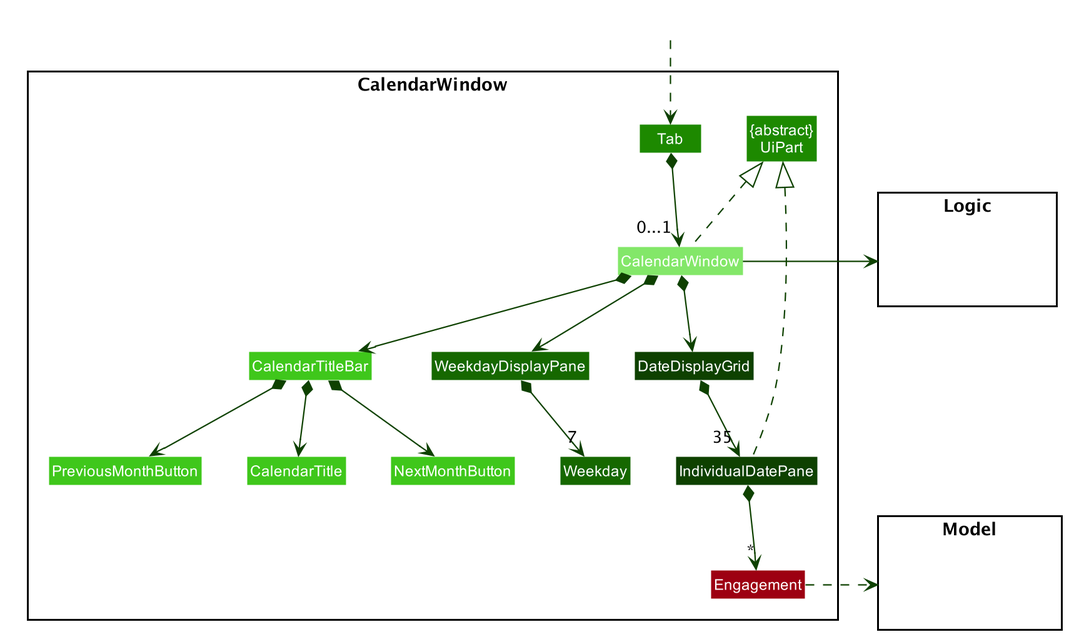
Before: docs/images/CalendarWindowClassDiagram.png, a diagram exported from PlantUML (nus-cs2103-AY1920S1/addressbook-level3). Source of this version:
```plantuml
@startuml








skinparam BackgroundColor #FFFFFFF

skinparam Shadowing false

skinparam Class {
    FontColor #FFFFFF
    BorderThickness 1
    BorderColor #FFFFFF
    StereotypeFontColor #FFFFFF
    FontName Arial
}

skinparam Actor {
    BorderColor #000000
    Color #000000
    FontName Arial
}

skinparam Sequence {
    MessageAlign center
    BoxFontSize 15
    BoxPadding 0
    BoxFontColor #FFFFFF
    FontName Arial
}

skinparam Participant {
    FontColor #FFFFFFF
    Padding 20
}

skinparam MinClassWidth 50
skinparam ParticipantPadding 10
skinparam Shadowing false
skinparam DefaultTextAlignment center
skinparam packageStyle Rectangle

hide footbox
hide members
hide circle
skinparam arrowThickness 1.1
skinparam arrowColor #0E4100

package CalendarWindow <<Rectangle>>{
Class Tab #1D8900
Class "{abstract}\nUiPart" as UiPart #1D8900
Class CalendarWindow #83E769
Class CalendarTitleBar #3FC71B
Class PreviousMonthButton #3FC71B
Class CalendarTitle #3FC71B
Class NextMonthButton #3FC71B
Class WeekdayDisplayPane #166800
Class Weekday #166800
Class DateDisplayGrid #0E4100
Class IndividualDatePane #0E4100
Class Engagement #9D0012
}

package Model <<Rectangle>> {
Class HiddenModel #FFFFFF
}

package Logic <<Rectangle>> {
Class HiddenLogic #FFFFFF
}

Class HiddenOutside #FFFFFF
HiddenOutside ..> Tab
Tab *-down-> "0...1" CalendarWindow

CalendarWindow .up.|> UiPart
CalendarWindow -right-> Logic
CalendarWindow *-down-> CalendarTitleBar
CalendarWindow *-down-> WeekdayDisplayPane
CalendarWindow *-down-> DateDisplayGrid

CalendarTitleBar *-down-> PreviousMonthButton
CalendarTitleBar *-down-> CalendarTitle
CalendarTitleBar *-down-> NextMonthButton

WeekdayDisplayPane *-down-> "7" Weekday

DateDisplayGrid *-down-> "35" IndividualDatePane

IndividualDatePane .up.|> UiPart
IndividualDatePane *-down-> "*" Engagement

Engagement .right.> Model

@enduml
```
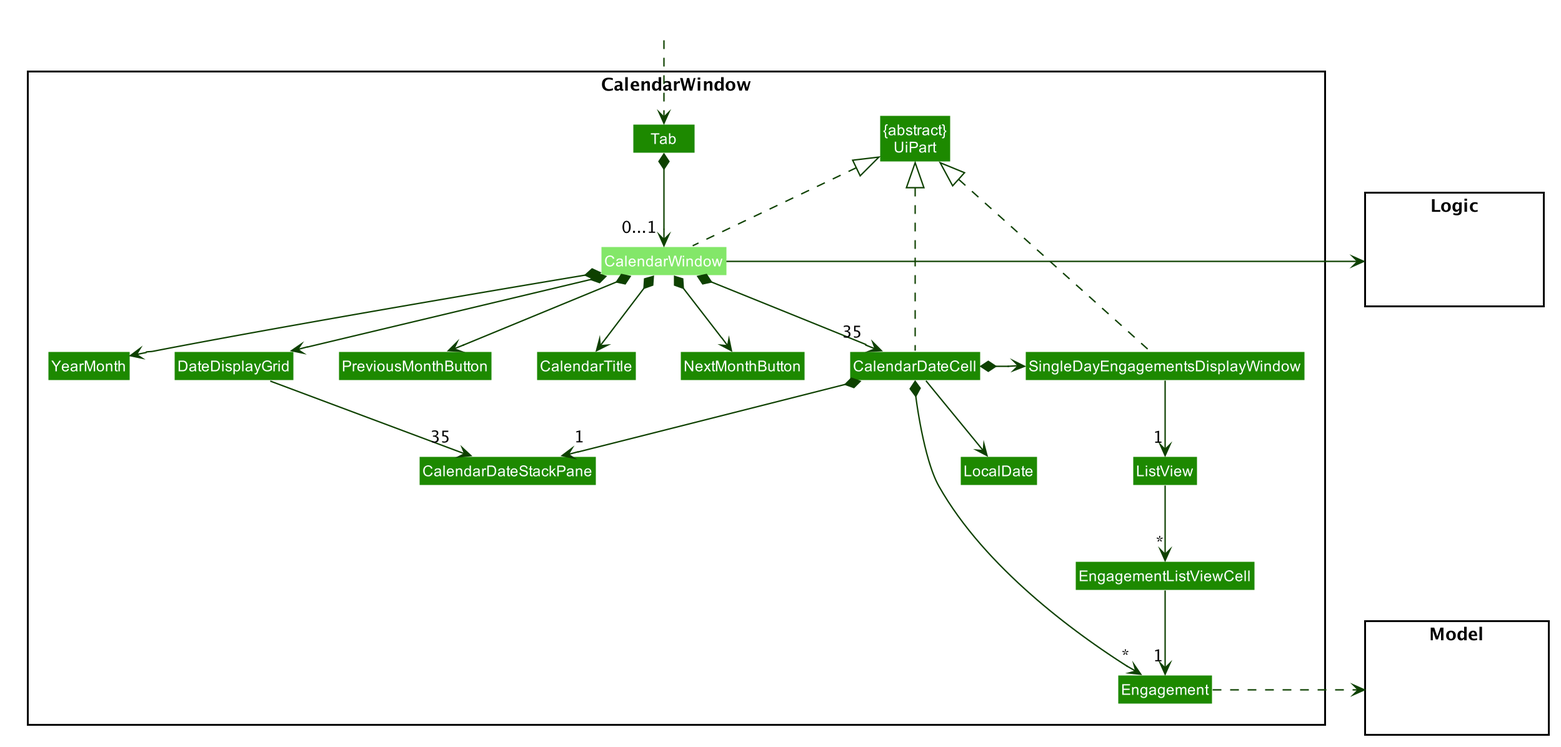
The same diagram one commit later.

Commit message:
Update calendar window class diagram in the developer guide

Change to the diagram source:
```diff
@@ -49,20 +49,24 @@
 hide circle
 skinparam arrowThickness 1.1
 skinparam arrowColor #0E4100
+skinparam classBackgroundColor #1D8900
 
 package CalendarWindow <<Rectangle>>{
 Class Tab #1D8900
 Class "{abstract}\nUiPart" as UiPart #1D8900
 Class CalendarWindow #83E769
-Class CalendarTitleBar #3FC71B
-Class PreviousMonthButton #3FC71B
-Class CalendarTitle #3FC71B
-Class NextMonthButton #3FC71B
-Class WeekdayDisplayPane #166800
-Class Weekday #166800
-Class DateDisplayGrid #0E4100
-Class IndividualDatePane #0E4100
-Class Engagement #9D0012
+Class YearMonth
+Class CalendarDateCell
+Class DateDisplayGrid
+Class CalendarDateStackPane
+Class SingleDayEngagementsDisplayWindow
+Class ListView
+Class EngagementListViewCell
+Class Engagement
+Class LocalDate
+Class PreviousMonthButton
+Class CalendarTitle
+Class NextMonthButton
 }
 
 package Model <<Rectangle>> {
@@ -77,22 +81,29 @@
 HiddenOutside ..> Tab
 Tab *-down-> "0...1" CalendarWindow
 
+CalendarWindow *-down-> PreviousMonthButton
+CalendarWindow *-down-> CalendarTitle
+CalendarWindow *-down-> NextMonthButton
 CalendarWindow .up.|> UiPart
 CalendarWindow -right-> Logic
-CalendarWindow *-down-> CalendarTitleBar
-CalendarWindow *-down-> WeekdayDisplayPane
+CalendarWindow *-down-> YearMonth
 CalendarWindow *-down-> DateDisplayGrid
+CalendarWindow *-down-> "35" CalendarDateCell
 
-CalendarTitleBar *-down-> PreviousMonthButton
-CalendarTitleBar *-down-> CalendarTitle
-CalendarTitleBar *-down-> NextMonthButton
+DateDisplayGrid -down-> "35" CalendarDateStackPane
 
-WeekdayDisplayPane *-down-> "7" Weekday
+CalendarDateCell .up.|> UiPart
+CalendarDateCell *-down-> "1" CalendarDateStackPane
+CalendarDateCell *-down-> "*" Engagement
+CalendarDateCell *-right-> SingleDayEngagementsDisplayWindow
+CalendarDateCell -down-> LocalDate
 
-DateDisplayGrid *-down-> "35" IndividualDatePane
+SingleDayEngagementsDisplayWindow .up.|> UiPart
+SingleDayEngagementsDisplayWindow -down-> "1" ListView
 
-IndividualDatePane .up.|> UiPart
-IndividualDatePane *-down-> "*" Engagement
+ListView -down-> "*" EngagementListViewCell
+
+EngagementListViewCell -down-> "1" Engagement
 
 Engagement .right.> Model
 
```
